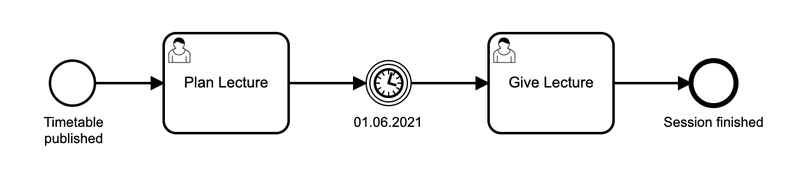
This is bpmn/events/timer-events/img/process_timer.png from camunda-university-meetup/exercises, a BPMN export, as it was before one commit. Its source is kept beside it as bpmn/events/timer-events/process_timer.bpmn. Ids are renumbered. Source of this version:
```xml
<bpmn:definitions xmlns:bpmn="http://www.omg.org/spec/BPMN/20100524/MODEL" xmlns:bpmndi="http://www.omg.org/spec/BPMN/20100524/DI" xmlns:dc="http://www.omg.org/spec/DD/20100524/DC" xmlns:di="http://www.omg.org/spec/DD/20100524/DI" xmlns:bioc="http://bpmn.io/schema/bpmn/biocolor/1.0" id="Definitions_n1" targetNamespace="http://bpmn.io/schema/bpmn" exporter="Camunda Modeler" exporterVersion="4.5.0">
  <bpmn:process id="timer" isExecutable="true">
    <bpmn:startEvent id="StartEvent_1" name="Timetable published">
      <bpmn:outgoing>Flow_n2</bpmn:outgoing>
    </bpmn:startEvent>
    <bpmn:sequenceFlow id="Flow_n2" sourceRef="StartEvent_1" targetRef="Activity_n3" />
    <bpmn:sequenceFlow id="Flow_n4" sourceRef="Activity_n3" targetRef="Event_n5" />
    <bpmn:intermediateCatchEvent id="Event_n5" name="01.06.2021">
      <bpmn:incoming>Flow_n4</bpmn:incoming>
      <bpmn:outgoing>Flow_n6</bpmn:outgoing>
      <bpmn:timerEventDefinition id="TimerEventDefinition_n7" />
    </bpmn:intermediateCatchEvent>
    <bpmn:sequenceFlow id="Flow_n6" sourceRef="Event_n5" targetRef="Activity_n8" />
    <bpmn:endEvent id="Event_n9" name="Session finished">
      <bpmn:incoming>Flow_n10</bpmn:incoming>
    </bpmn:endEvent>
    <bpmn:sequenceFlow id="Flow_n10" sourceRef="Activity_n8" targetRef="Event_n9" />
    <bpmn:userTask id="Activity_n3" name="Plan Lecture">
      <bpmn:incoming>Flow_n2</bpmn:incoming>
      <bpmn:outgoing>Flow_n4</bpmn:outgoing>
    </bpmn:userTask>
    <bpmn:userTask id="Activity_n8" name="Give Lecture">
      <bpmn:incoming>Flow_n6</bpmn:incoming>
      <bpmn:outgoing>Flow_n10</bpmn:outgoing>
    </bpmn:userTask>
  </bpmn:process>
  <bpmndi:BPMNDiagram id="BPMNDiagram_1">
    <bpmndi:BPMNPlane id="BPMNPlane_1" bpmnElement="timer">
      <bpmndi:BPMNEdge id="Flow_n2_di" bpmnElement="Flow_n2">
        <di:waypoint x="215" y="117" />
        <di:waypoint x="270" y="117" />
      </bpmndi:BPMNEdge>
      <bpmndi:BPMNEdge id="Flow_n4_di" bpmnElement="Flow_n4">
        <di:waypoint x="370" y="117" />
        <di:waypoint x="432" y="117" />
      </bpmndi:BPMNEdge>
      <bpmndi:BPMNEdge id="Flow_n6_di" bpmnElement="Flow_n6">
        <di:waypoint x="468" y="117" />
        <di:waypoint x="530" y="117" />
      </bpmndi:BPMNEdge>
      <bpmndi:BPMNEdge id="Flow_n10_di" bpmnElement="Flow_n10">
        <di:waypoint x="630" y="117" />
        <di:waypoint x="692" y="117" />
      </bpmndi:BPMNEdge>
      <bpmndi:BPMNShape id="_BPMNShape_StartEvent_2" bpmnElement="StartEvent_1" bioc:stroke="#000" bioc:fill="#fff">
        <dc:Bounds x="179" y="99" width="36" height="36" />
        <bpmndi:BPMNLabel>
          <dc:Bounds x="174" y="142" width="48" height="27" />
        </bpmndi:BPMNLabel>
      </bpmndi:BPMNShape>
      <bpmndi:BPMNShape id="Event_0yn5jlf_di" bpmnElement="Event_n5" bioc:stroke="#000" bioc:fill="#fff">
        <dc:Bounds x="432" y="99" width="36" height="36" />
        <bpmndi:BPMNLabel>
          <dc:Bounds x="422" y="142" width="56" height="14" />
        </bpmndi:BPMNLabel>
      </bpmndi:BPMNShape>
      <bpmndi:BPMNShape id="Event_n9_di" bpmnElement="Event_n9" bioc:stroke="#000" bioc:fill="#fff">
        <dc:Bounds x="692" y="99" width="36" height="36" />
        <bpmndi:BPMNLabel>
          <dc:Bounds x="670" y="142" width="81" height="14" />
        </bpmndi:BPMNLabel>
      </bpmndi:BPMNShape>
      <bpmndi:BPMNShape id="Activity_0rq2ywq_di" bpmnElement="Activity_n3">
        <dc:Bounds x="270" y="77" width="100" height="80" />
      </bpmndi:BPMNShape>
      <bpmndi:BPMNShape id="Activity_0od7h3v_di" bpmnElement="Activity_n8">
        <dc:Bounds x="530" y="77" width="100" height="80" />
      </bpmndi:BPMNShape>
    </bpmndi:BPMNPlane>
  </bpmndi:BPMNDiagram>
</bpmn:definitions>
```
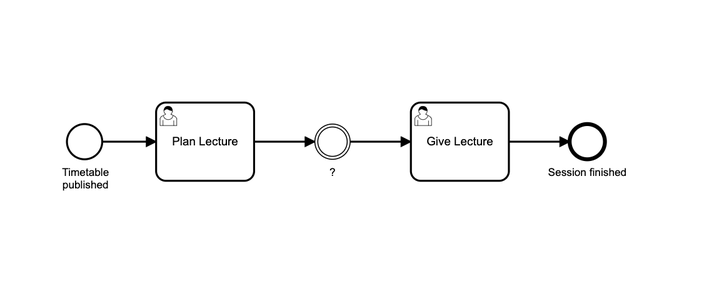
The same file after the commit.

Commit message:
feat: update timer events

Diff of the diagram source:
```diff
@@ -1,5 +1,5 @@
-<bpmn:definitions xmlns:bpmn="http://www.omg.org/spec/BPMN/20100524/MODEL" xmlns:bpmndi="http://www.omg.org/spec/BPMN/20100524/DI" xmlns:dc="http://www.omg.org/spec/DD/20100524/DC" xmlns:di="http://www.omg.org/spec/DD/20100524/DI" xmlns:bioc="http://bpmn.io/schema/bpmn/biocolor/1.0" id="Definitions_n1" targetNamespace="http://bpmn.io/schema/bpmn" exporter="Camunda Modeler" exporterVersion="4.5.0">
-  <bpmn:process id="timer" isExecutable="true">
+<bpmn:definitions xmlns:bpmn="http://www.omg.org/spec/BPMN/20100524/MODEL" xmlns:bpmndi="http://www.omg.org/spec/BPMN/20100524/DI" xmlns:dc="http://www.omg.org/spec/DD/20100524/DC" xmlns:di="http://www.omg.org/spec/DD/20100524/DI" xmlns:bioc="http://bpmn.io/schema/bpmn/biocolor/1.0" id="Definitions_n1" targetNamespace="http://bpmn.io/schema/bpmn" exporter="Camunda Modeler" exporterVersion="4.8.1">
+  <bpmn:process id="timer" name="Timer Process" isExecutable="true">
     <bpmn:startEvent id="StartEvent_1" name="Timetable published">
       <bpmn:outgoing>Flow_n2</bpmn:outgoing>
     </bpmn:startEvent>
@@ -26,21 +26,21 @@
   </bpmn:process>
   <bpmndi:BPMNDiagram id="BPMNDiagram_1">
     <bpmndi:BPMNPlane id="BPMNPlane_1" bpmnElement="timer">
-      <bpmndi:BPMNEdge id="Flow_n2_di" bpmnElement="Flow_n2">
-        <di:waypoint x="215" y="117" />
-        <di:waypoint x="270" y="117" />
+      <bpmndi:BPMNEdge id="Flow_n10_di" bpmnElement="Flow_n10">
+        <di:waypoint x="630" y="117" />
+        <di:waypoint x="692" y="117" />
+      </bpmndi:BPMNEdge>
+      <bpmndi:BPMNEdge id="Flow_n6_di" bpmnElement="Flow_n6">
+        <di:waypoint x="468" y="117" />
+        <di:waypoint x="530" y="117" />
       </bpmndi:BPMNEdge>
       <bpmndi:BPMNEdge id="Flow_n4_di" bpmnElement="Flow_n4">
         <di:waypoint x="370" y="117" />
         <di:waypoint x="432" y="117" />
       </bpmndi:BPMNEdge>
-      <bpmndi:BPMNEdge id="Flow_n6_di" bpmnElement="Flow_n6">
-        <di:waypoint x="468" y="117" />
-        <di:waypoint x="530" y="117" />
-      </bpmndi:BPMNEdge>
-      <bpmndi:BPMNEdge id="Flow_n10_di" bpmnElement="Flow_n10">
-        <di:waypoint x="630" y="117" />
-        <di:waypoint x="692" y="117" />
+      <bpmndi:BPMNEdge id="Flow_n2_di" bpmnElement="Flow_n2">
+        <di:waypoint x="215" y="117" />
+        <di:waypoint x="270" y="117" />
       </bpmndi:BPMNEdge>
       <bpmndi:BPMNShape id="_BPMNShape_StartEvent_2" bpmnElement="StartEvent_1" bioc:stroke="#000" bioc:fill="#fff">
         <dc:Bounds x="179" y="99" width="36" height="36" />
```
